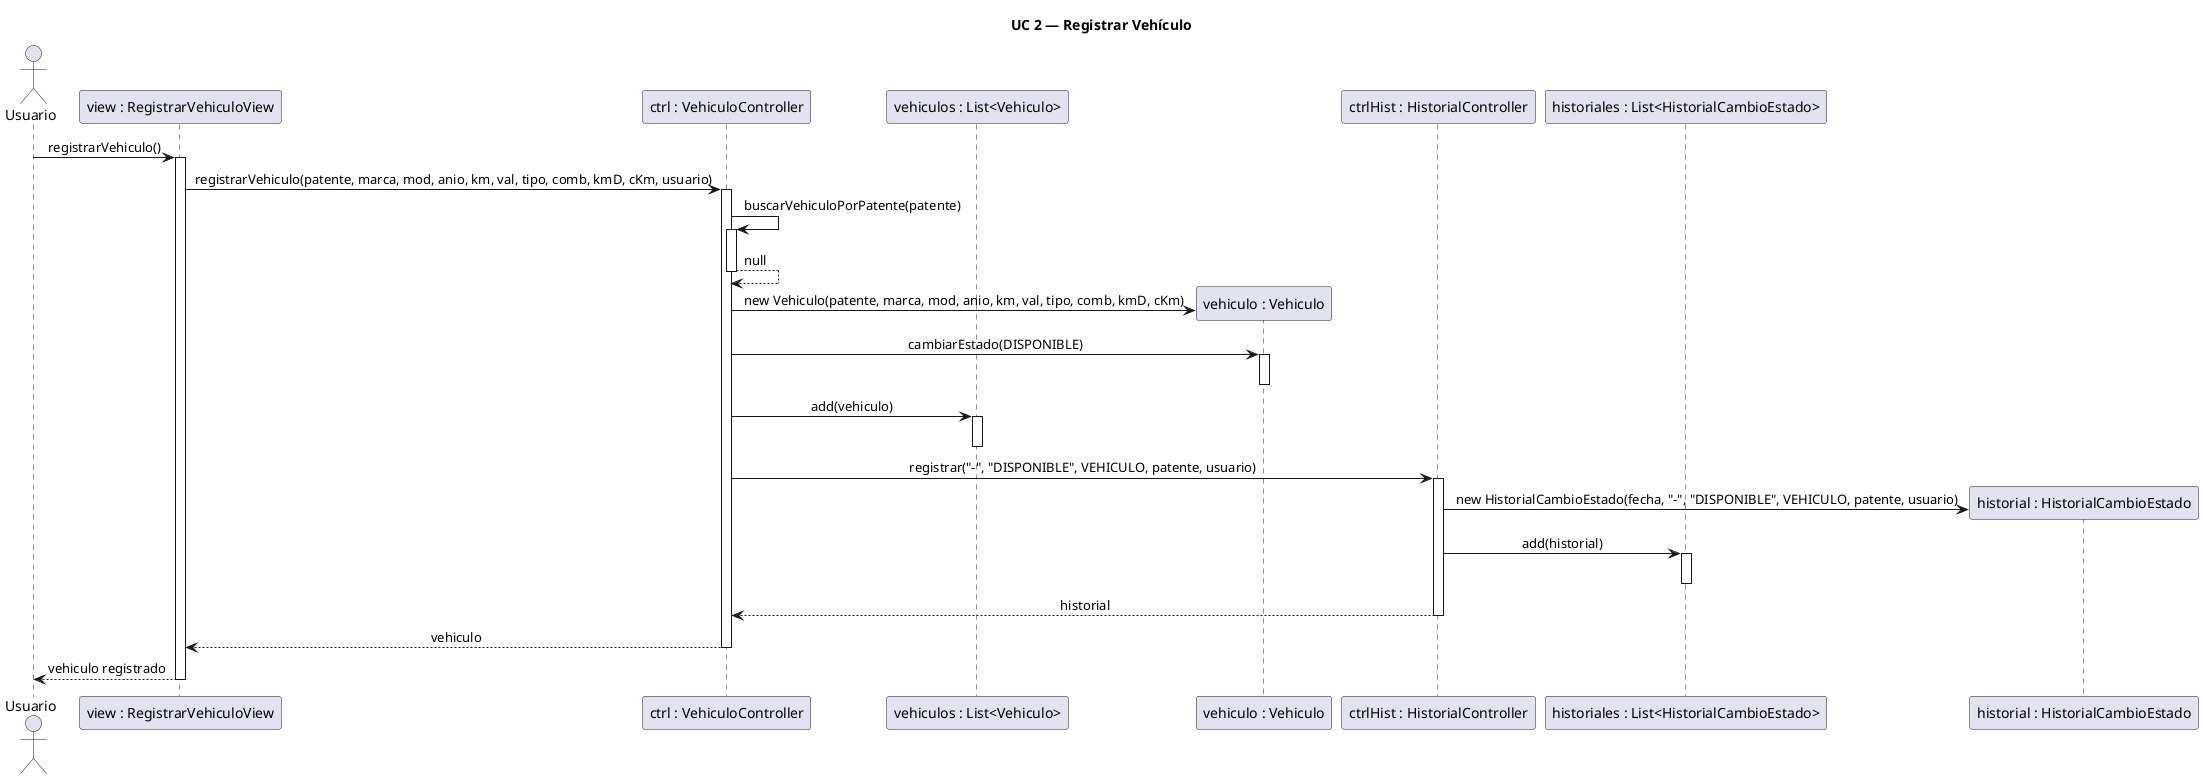
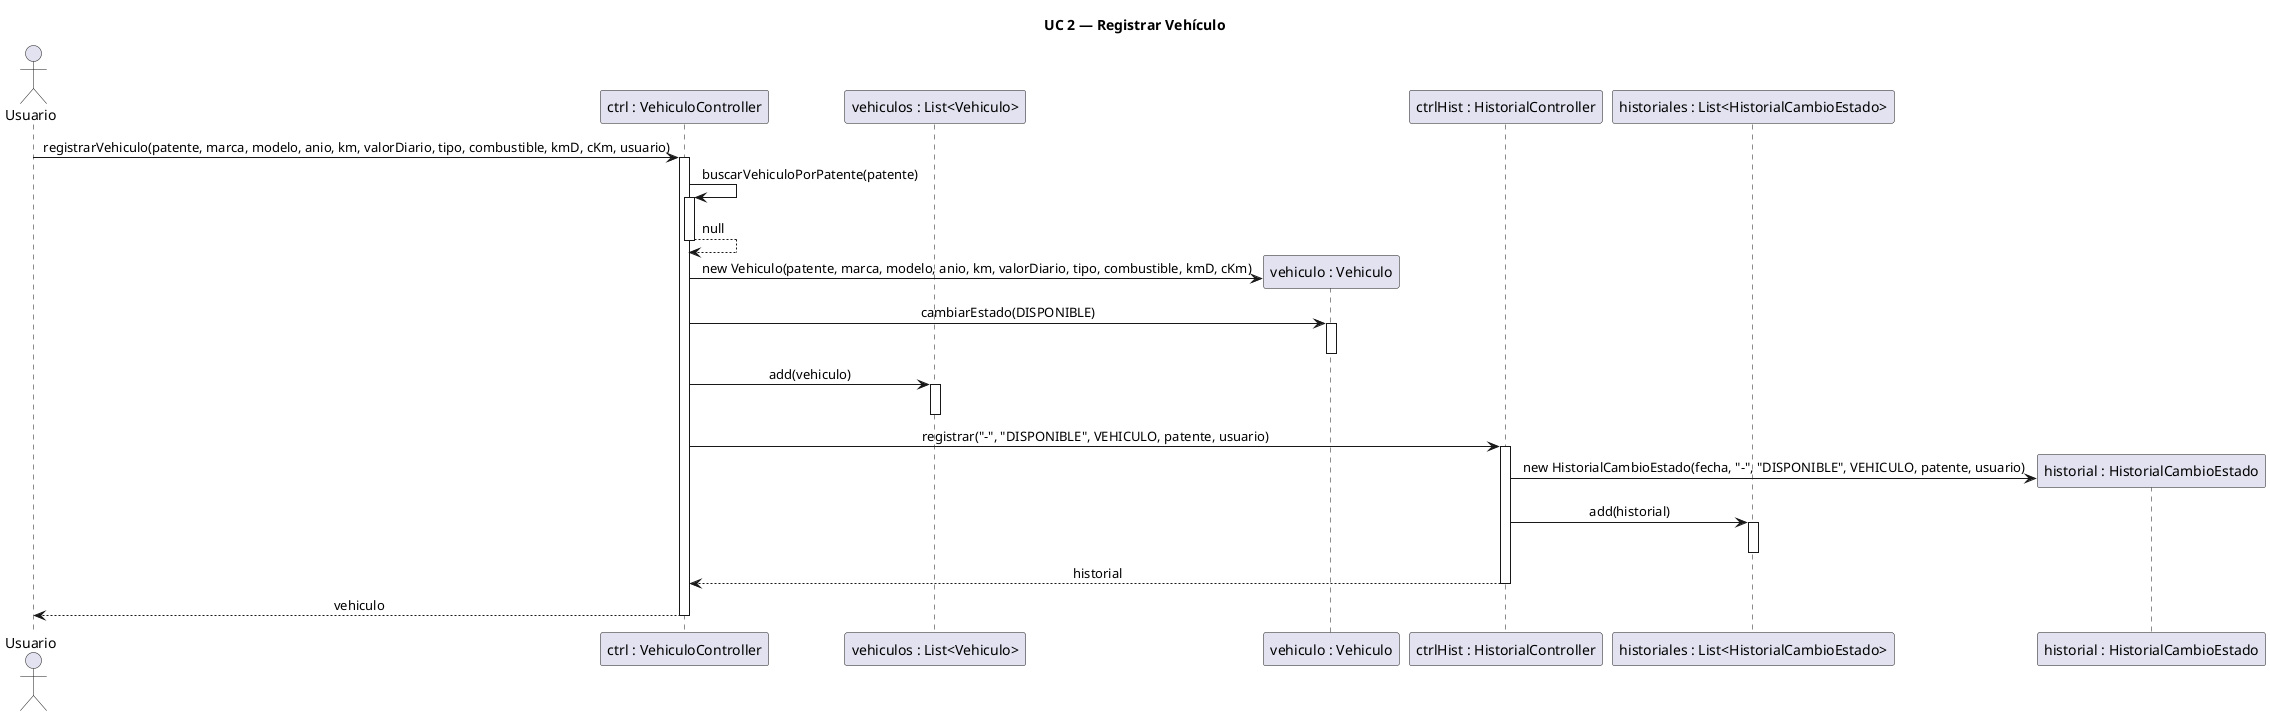
@startuml DS2_RegistrarVehiculo
skinparam sequenceMessageAlign center
skinparam responseMessageBelowArrow true

title UC 2 — Registrar Vehículo

actor Usuario

- participant "view : RegistrarVehiculoView" as V
participant "ctrl : VehiculoController" as VC
participant "vehiculos : List<Vehiculo>" as LV
participant "vehiculo : Vehiculo" as Veh
participant "ctrlHist : HistorialController" as HC
participant "historiales : List<HistorialCambioEstado>" as LH
participant "historial : HistorialCambioEstado" as H

- Usuario -> V : registrarVehiculo()
- activate V
- 
- V -> VC : registrarVehiculo(patente, marca, mod, anio, km, val, tipo, comb, kmD, cKm, usuario)
+ Usuario -> VC : registrarVehiculo(patente, marca, modelo, anio, km, valorDiario, tipo, combustible, kmD, cKm, usuario)
activate VC

VC -> VC : buscarVehiculoPorPatente(patente)
activate VC
VC --> VC : null
deactivate VC

- VC -> Veh ** : new Vehiculo(patente, marca, mod, anio, km, val, tipo, comb, kmD, cKm)
+ VC -> Veh ** : new Vehiculo(patente, marca, modelo, anio, km, valorDiario, tipo, combustible, kmD, cKm)
VC -> Veh : cambiarEstado(DISPONIBLE)
activate Veh
deactivate Veh

VC -> LV : add(vehiculo)
activate LV
deactivate LV

VC -> HC : registrar("-", "DISPONIBLE", VEHICULO, patente, usuario)
activate HC

HC -> H ** : new HistorialCambioEstado(fecha, "-", "DISPONIBLE", VEHICULO, patente, usuario)
HC -> LH : add(historial)
activate LH
deactivate LH

HC --> VC : historial
deactivate HC

- VC --> V : vehiculo
+ VC --> Usuario : vehiculo
deactivate VC

- V --> Usuario : vehiculo registrado
- deactivate V
- 
@enduml